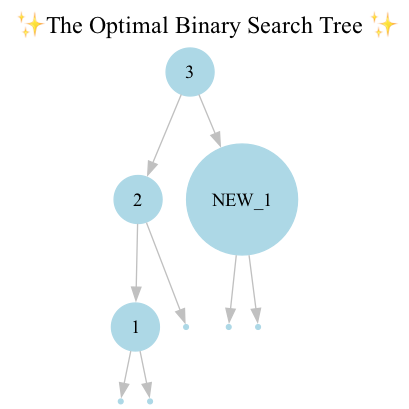
Earlier version of the Graphviz export obst.png (SharQawyCS/Optimal-Binary-Search-Tree). Its source is kept beside it as obst.dot.
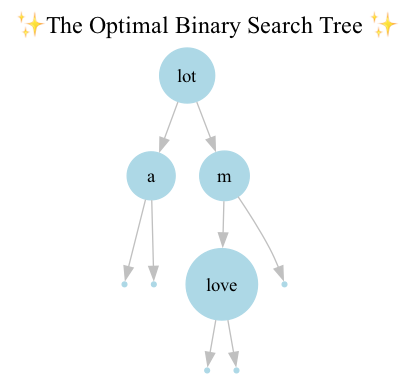
The same diagram one commit later.

The edit, as a diff of the source:
```diff
@@ -5,17 +5,17 @@
 node [shape=circle, style=filled, color=lightblue, fontcolor=black, fontsize=14;
 ];
 edge [color=gray];
-  "3" -> "2";
-  "2" -> "1";
+  "lot" -> "a";
   null0 [shape=point];
-  "1" -> null0;
+  "a" -> null0;
   null1 [shape=point];
-  "1" -> null1;
+  "a" -> null1;
+  "lot" -> "m";
+  "m" -> "love";
   null2 [shape=point];
-  "2" -> null2;
-  "3" -> "NEW_1";
+  "love" -> null2;
   null3 [shape=point];
-  "NEW_1" -> null3;
+  "love" -> null3;
   null4 [shape=point];
-  "NEW_1" -> null4;
+  "m" -> null4;
 }
```
